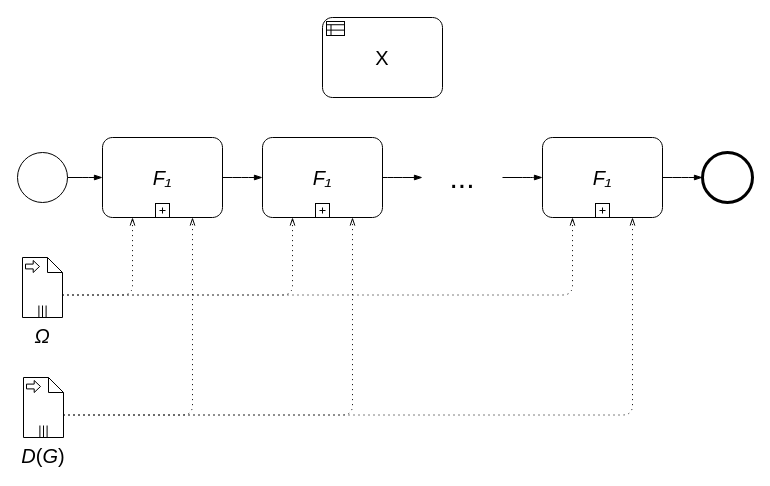
This is page "seq" (3 of 4) of doc/Paper_BPMN_flow.drawio from miguel76/know-flow, a draw.io file, before an edit. Source tidied: cells renumbered, new cells numbered last; positions are measured from the earlier drawing's top-left corner, leaving out a move shared by most shapes. Both pictures are drawn from the tidied source at 100%, with x=0, y=0 at pixel (17, 17).
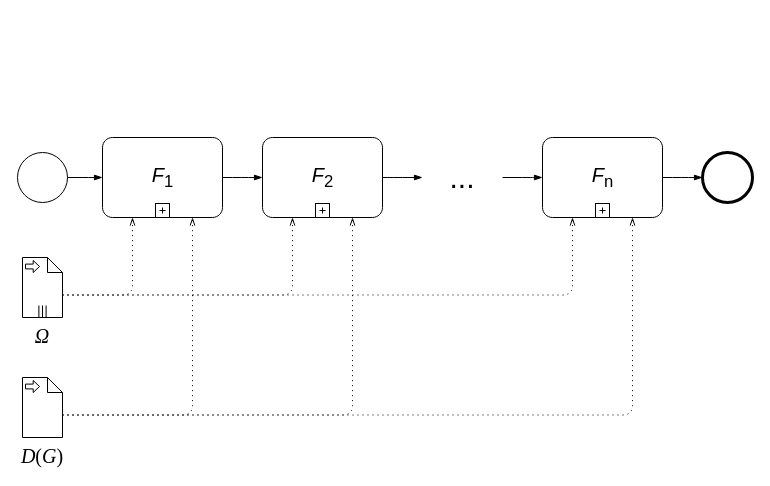
The same page after the edit.

Change to the diagram source:
```diff
@@
-    <mxCell id="2" value="&lt;i&gt;Ω&lt;/i&gt;" style="shape=mxgraph.bpmn.data;labelPosition=center;verticalLabelPosition=bottom;align=center;verticalAlign=top;whiteSpace=wrap;size=15;html=1;bpmnTransferType=input;isCollection=1;fontSize=20;" parent="1" vertex="1">
+    <mxCell id="2" value="&lt;i&gt;Ω&lt;/i&gt;" style="shape=mxgraph.bpmn.data;labelPosition=center;verticalLabelPosition=bottom;align=center;verticalAlign=top;whiteSpace=wrap;size=15;html=1;bpmnTransferType=input;isCollection=1;fontSize=20;fontFamily=Times New Roman;" parent="1" vertex="1">
       <mxGeometry x="5" y="240" width="40" height="60" as="geometry" />
     </mxCell>
@@
-    <mxCell id="8" value="X" style="shape=mxgraph.bpmn.task;whiteSpace=wrap;rectStyle=rounded;size=10;taskMarker=businessRule;fontSize=20;" parent="1" vertex="1">
-      <mxGeometry x="305" width="120" height="80" as="geometry" />
-    </mxCell>
-    <mxCell id="9" value="F₁" style="points=[[0.25,0,0],[0.5,0,0],[0.75,0,0],[1,0.25,0],[1,0.5,0],[1,0.75,0],[0.75,1,0],[0.5,1,0],[0.25,1,0],[0,0.75,0],[0,0.5,0],[0,0.25,0]];shape=mxgraph.bpmn.task;whiteSpace=wrap;rectStyle=rounded;size=10;taskMarker=abstract;isLoopSub=1;fontSize=20;fontStyle=2;" parent="1" vertex="1">
+    <mxCell id="9" style="points=[[0.25,0,0],[0.5,0,0],[0.75,0,0],[1,0.25,0],[1,0.5,0],[1,0.75,0],[0.75,1,0],[0.5,1,0],[0.25,1,0],[0,0.75,0],[0,0.5,0],[0,0.25,0]];shape=mxgraph.bpmn.task;whiteSpace=wrap;rectStyle=rounded;size=10;taskMarker=abstract;isLoopSub=1;fontSize=20;fontStyle=2;" parent="1" vertex="1">
       <mxGeometry x="85" y="120" width="120" height="80" as="geometry" />
     </mxCell>
@@
-    <mxCell id="11" value="&lt;i&gt;D&lt;/i&gt;(&lt;i&gt;G&lt;/i&gt;)" style="shape=mxgraph.bpmn.data;labelPosition=center;verticalLabelPosition=bottom;align=center;verticalAlign=top;whiteSpace=wrap;size=15;html=1;bpmnTransferType=input;isCollection=1;fontSize=20;" parent="1" vertex="1">
-      <mxGeometry x="6" y="360" width="40" height="60" as="geometry" />
-    </mxCell>
@@
-    <mxCell id="13" value="F₁" style="points=[[0.25,0,0],[0.5,0,0],[0.75,0,0],[1,0.25,0],[1,0.5,0],[1,0.75,0],[0.75,1,0],[0.5,1,0],[0.25,1,0],[0,0.75,0],[0,0.5,0],[0,0.25,0]];shape=mxgraph.bpmn.task;whiteSpace=wrap;rectStyle=rounded;size=10;taskMarker=abstract;isLoopSub=1;fontSize=20;fontStyle=2;" parent="1" vertex="1">
+    <mxCell id="13" style="points=[[0.25,0,0],[0.5,0,0],[0.75,0,0],[1,0.25,0],[1,0.5,0],[1,0.75,0],[0.75,1,0],[0.5,1,0],[0.25,1,0],[0,0.75,0],[0,0.5,0],[0,0.25,0]];shape=mxgraph.bpmn.task;whiteSpace=wrap;rectStyle=rounded;size=10;taskMarker=abstract;isLoopSub=1;fontSize=20;fontStyle=2;" parent="1" vertex="1">
       <mxGeometry x="245" y="120" width="120" height="80" as="geometry" />
     </mxCell>
-    <mxCell id="14" value="F₁" style="points=[[0.25,0,0],[0.5,0,0],[0.75,0,0],[1,0.25,0],[1,0.5,0],[1,0.75,0],[0.75,1,0],[0.5,1,0],[0.25,1,0],[0,0.75,0],[0,0.5,0],[0,0.25,0]];shape=mxgraph.bpmn.task;whiteSpace=wrap;rectStyle=rounded;size=10;taskMarker=abstract;isLoopSub=1;fontSize=20;fontStyle=2;" parent="1" vertex="1">
+    <mxCell id="14" style="points=[[0.25,0,0],[0.5,0,0],[0.75,0,0],[1,0.25,0],[1,0.5,0],[1,0.75,0],[0.75,1,0],[0.5,1,0],[0.25,1,0],[0,0.75,0],[0,0.5,0],[0,0.25,0]];shape=mxgraph.bpmn.task;whiteSpace=wrap;rectStyle=rounded;size=10;taskMarker=abstract;isLoopSub=1;fontSize=20;fontStyle=2;" parent="1" vertex="1">
       <mxGeometry x="525" y="120" width="120" height="80" as="geometry" />
     </mxCell>
@@
+    <mxCell id="11" value="&lt;i&gt;D&lt;/i&gt;(&lt;i&gt;G&lt;/i&gt;)" style="shape=mxgraph.bpmn.data;labelPosition=center;verticalLabelPosition=bottom;align=center;verticalAlign=top;whiteSpace=wrap;size=15;html=1;bpmnTransferType=input;fontFamily=Times New Roman;fontSize=20;" parent="1" vertex="1">
+      <mxGeometry x="5" y="360" width="40" height="60" as="geometry" />
+    </mxCell>
+    <mxCell id="22" value="&lt;i&gt;F&lt;/i&gt;&lt;sub&gt;1&lt;/sub&gt;" style="text;html=1;align=center;verticalAlign=middle;strokeColor=none;fillColor=none;fontSize=20;fontFamily=Helvetica;" parent="1" vertex="1">
+      <mxGeometry x="125" y="145" width="40" height="30" as="geometry" />
+    </mxCell>
+    <mxCell id="23" value="&lt;i&gt;F&lt;/i&gt;&lt;sub&gt;2&lt;/sub&gt;" style="text;html=1;align=center;verticalAlign=middle;strokeColor=none;fillColor=none;fontSize=20;fontFamily=Helvetica;" parent="1" vertex="1">
+      <mxGeometry x="285" y="145" width="40" height="30" as="geometry" />
+    </mxCell>
+    <mxCell id="24" value="&lt;i&gt;F&lt;/i&gt;&lt;sub&gt;n&lt;/sub&gt;" style="text;html=1;align=center;verticalAlign=middle;strokeColor=none;fillColor=none;fontSize=20;fontFamily=Helvetica;" parent="1" vertex="1">
+      <mxGeometry x="565" y="145" width="40" height="30" as="geometry" />
+    </mxCell>
```
